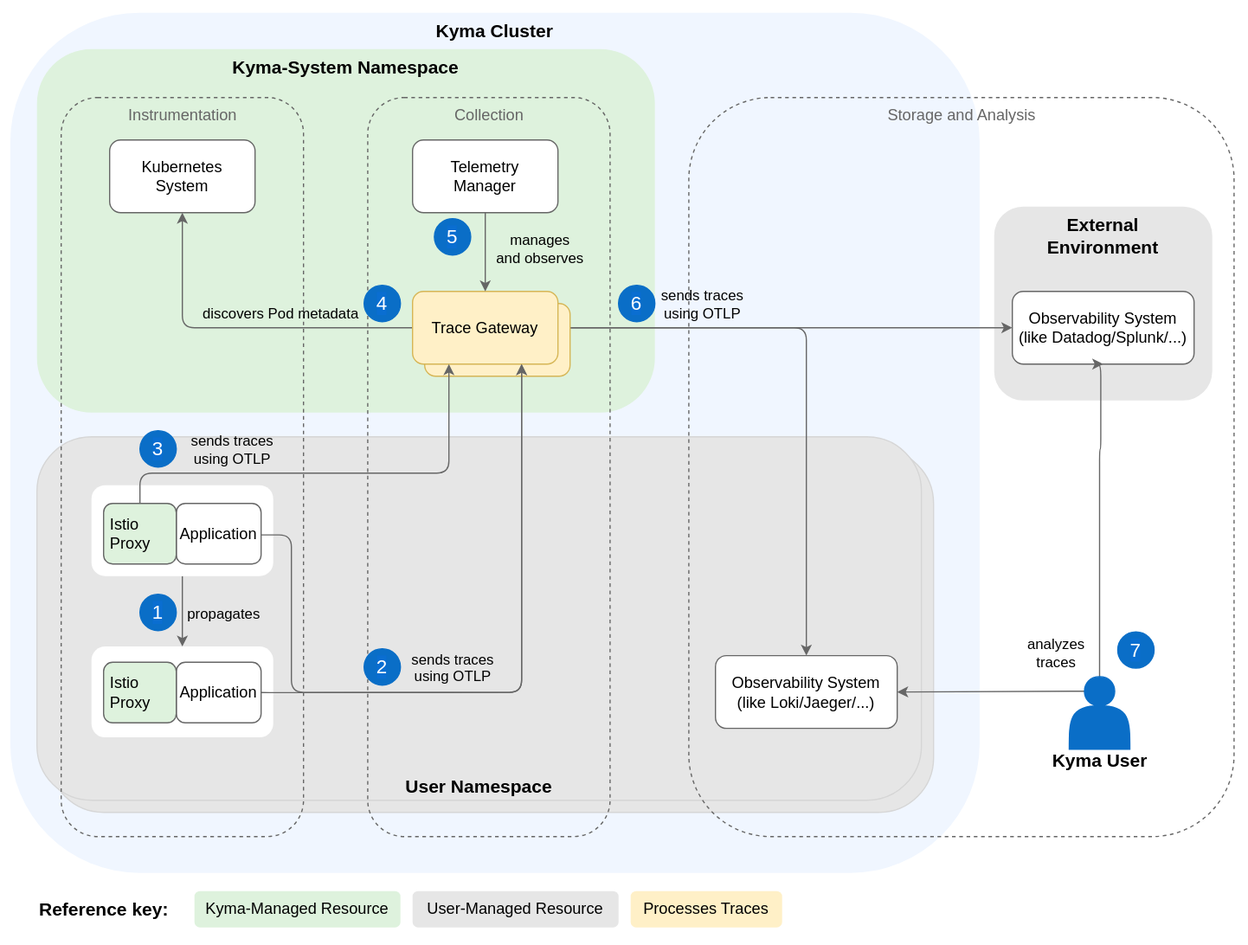
kyma-project/telemetry-manager keeps this draw.io diagram as docs/user/assets/traces-arch.drawio.svg. Above is the earlier version. Source tidied: cells renumbered, new cells last; positions are measured from the earlier drawing's top-left corner, leaving out a move shared by most shapes.
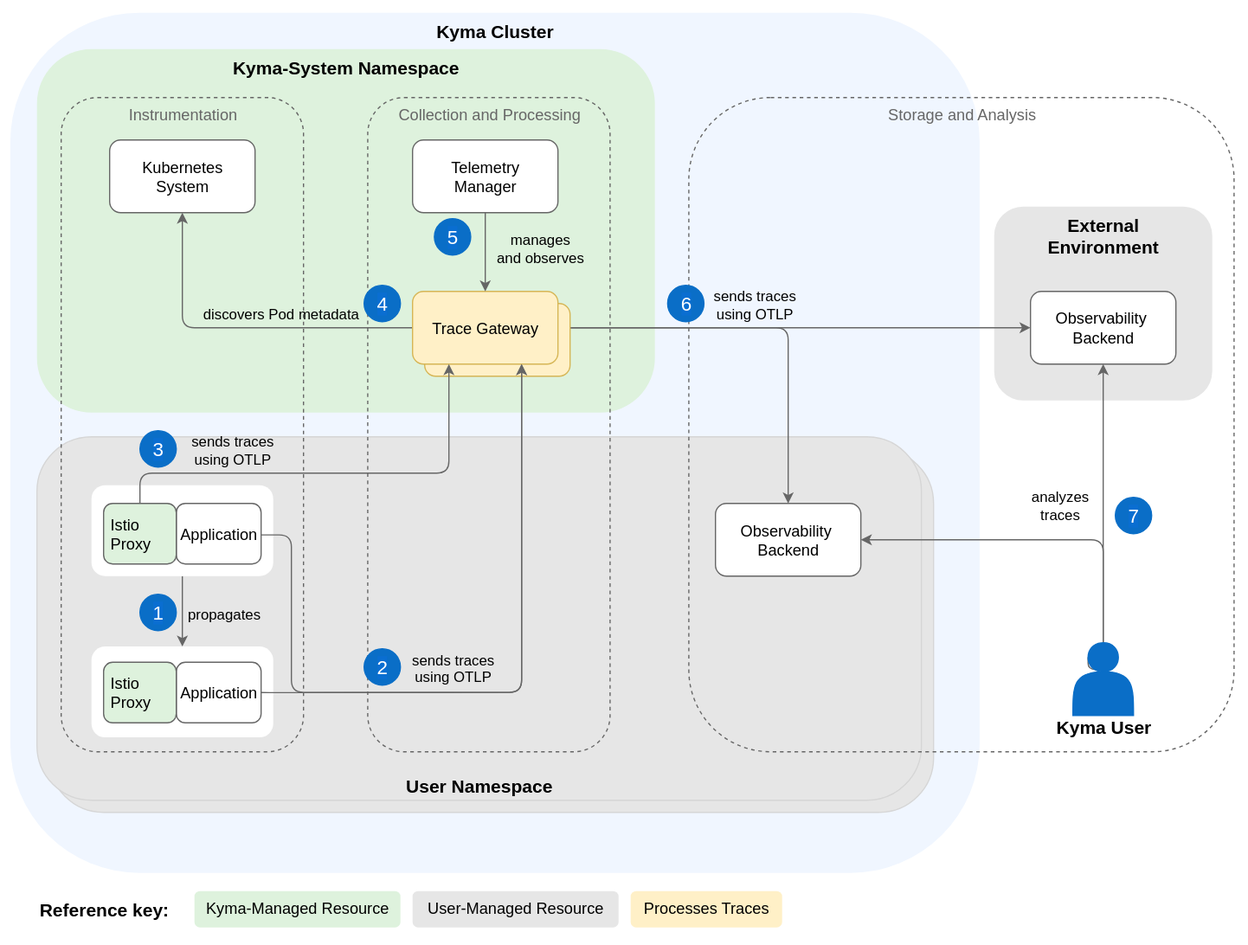
The same file after the commit.

Change to the diagram source:
```diff
@@ -14,11 +14,11 @@
     <mxCell id="5" value="&lt;b style=&quot;color: rgb(0, 0, 0); font-size: 15px;&quot;&gt;Kyma-System Namespace&lt;br style=&quot;font-size: 15px;&quot;&gt;&lt;/b&gt;" style="rounded=1;whiteSpace=wrap;html=1;dashed=1;fillColor=#DEF2DD;strokeColor=none;verticalAlign=top;fontSize=15;" parent="1" vertex="1">
       <mxGeometry x="30" y="40" width="510" height="300" as="geometry" />
     </mxCell>
-    <mxCell id="6" value="&lt;b style=&quot;color: rgb(0, 0, 0); font-size: 15px;&quot;&gt;User Namespace&lt;br style=&quot;font-size: 15px;&quot;&gt;&lt;/b&gt;" style="rounded=1;whiteSpace=wrap;html=1;fillColor=#E6E6E6;strokeColor=#D6D6D6;verticalAlign=bottom;fontSize=15;" parent="1" vertex="1">
+    <mxCell id="6" value="&lt;b style=&quot;color: rgb(0, 0, 0); font-size: 15px;&quot;&gt;User Namespace&lt;/b&gt;" style="rounded=1;whiteSpace=wrap;html=1;fillColor=#E6E6E6;strokeColor=#D6D6D6;verticalAlign=bottom;fontSize=15;" parent="1" vertex="1">
       <mxGeometry x="30" y="360" width="730" height="300" as="geometry" />
     </mxCell>
     <mxCell id="7" value="&lt;font color=&quot;#666666&quot; style=&quot;font-size: 13px;&quot;&gt;Storage and Analysis&lt;br style=&quot;font-size: 13px;&quot;&gt;&lt;/font&gt;" style="html=1;fillColor=none;strokeColor=#666666;rounded=1;dashed=1;verticalAlign=top;fontSize=13;" parent="1" vertex="1">
-      <mxGeometry x="568" y="80" width="450" height="610" as="geometry" />
+      <mxGeometry x="568" y="80" width="450" height="540" as="geometry" />
     </mxCell>
     <mxCell id="8" value="&lt;b style=&quot;color: rgb(0, 0, 0); font-size: 15px;&quot;&gt;&lt;font style=&quot;font-size: 15px;&quot;&gt;External&lt;br style=&quot;font-size: 15px;&quot;&gt;Environment&lt;br style=&quot;font-size: 15px;&quot;&gt;&lt;/font&gt;&lt;/b&gt;" style="rounded=1;whiteSpace=wrap;html=1;fillColor=#e6e6e6;strokeColor=none;fontColor=#333333;verticalAlign=top;fontSize=15;" parent="1" vertex="1">
       <mxGeometry x="820" y="170" width="180" height="160" as="geometry" />
@@ -36,17 +36,17 @@
     </mxCell>
     <mxCell id="11" value="sends traces &lt;br style=&quot;font-size: 12px;&quot;&gt;using OTLP" style="edgeLabel;html=1;align=center;verticalAlign=middle;labelBackgroundColor=none;fontSize=12;" parent="10" vertex="1">
       <mxGeometry x="-0.39" y="-4" relative="1" as="geometry">
-        <mxPoint x="-26" y="-24" as="offset" />
+        <mxPoint x="59" y="-24" as="offset" />
       </mxGeometry>
     </mxCell>
-    <mxCell id="12" value="Observability System&lt;br style=&quot;font-size: 13px;&quot;&gt;(like Datadog/Splunk/...)" style="rounded=1;whiteSpace=wrap;html=1;fontColor=#000000;fillColor=#FFFFFF;strokeColor=#666666;fontSize=13;" parent="1" vertex="1">
-      <mxGeometry x="835" y="240" width="150" height="60" as="geometry" />
+    <mxCell id="12" value="Observability&amp;nbsp;&lt;div&gt;Backend&lt;/div&gt;" style="rounded=1;whiteSpace=wrap;html=1;fontColor=#000000;fillColor=#FFFFFF;strokeColor=#666666;fontSize=13;" parent="1" vertex="1">
+      <mxGeometry x="850" y="240" width="120" height="60" as="geometry" />
     </mxCell>
-    <mxCell id="13" value="Observability System&lt;br style=&quot;font-size: 13px;&quot;&gt;(like Loki/Jaeger/...)" style="rounded=1;whiteSpace=wrap;html=1;fontColor=#000000;fillColor=#FFFFFF;strokeColor=#666666;fontSize=13;" parent="1" vertex="1">
-      <mxGeometry x="590" y="540.7" width="150" height="60" as="geometry" />
+    <mxCell id="13" value="Observability&amp;nbsp;&lt;div&gt;Backend&lt;/div&gt;" style="rounded=1;whiteSpace=wrap;html=1;fontColor=#000000;fillColor=#FFFFFF;strokeColor=#666666;fontSize=13;" parent="1" vertex="1">
+      <mxGeometry x="590" y="415" width="120" height="60" as="geometry" />
     </mxCell>
     <mxCell id="14" value="&lt;font color=&quot;#666666&quot; style=&quot;font-size: 13px;&quot;&gt;Instrumentation&lt;br style=&quot;font-size: 13px;&quot;&gt;&lt;/font&gt;" style="html=1;fillColor=none;strokeColor=#666666;rounded=1;dashed=1;verticalAlign=top;fontSize=13;" parent="1" vertex="1">
-      <mxGeometry x="50" y="80" width="200" height="610" as="geometry" />
+      <mxGeometry x="50" y="80" width="200" height="540" as="geometry" />
     </mxCell>
     <mxCell id="15" style="edgeStyle=orthogonalEdgeStyle;rounded=1;jettySize=auto;html=1;entryX=0.5;entryY=0;entryDx=0;entryDy=0;strokeColor=#666666;" parent="1" edge="1" source="38" target="42">
       <mxGeometry relative="1" as="geometry" />
@@ -59,38 +59,33 @@
     <mxCell id="17" value="Kubernetes&lt;br style=&quot;font-size: 13px;&quot;&gt;System" style="rounded=1;whiteSpace=wrap;html=1;fillColor=#FFFFFF;strokeColor=#666666;fontColor=#000000;fontSize=13;" parent="1" vertex="1">
       <mxGeometry x="90" y="115" width="120" height="60" as="geometry" />
     </mxCell>
-    <mxCell id="18" value="&lt;font color=&quot;#666666&quot; style=&quot;font-size: 13px;&quot;&gt;Collection&lt;br style=&quot;font-size: 13px;&quot;&gt;&lt;/font&gt;" style="html=1;fillColor=none;strokeColor=#666666;rounded=1;dashed=1;verticalAlign=top;fontSize=13;" parent="1" vertex="1">
-      <mxGeometry x="303" y="80" width="200" height="610" as="geometry" />
+    <mxCell id="18" value="&lt;font color=&quot;#666666&quot; style=&quot;font-size: 13px;&quot;&gt;Collection and Processing&lt;br style=&quot;font-size: 13px;&quot;&gt;&lt;/font&gt;" style="html=1;fillColor=none;strokeColor=#666666;rounded=1;dashed=1;verticalAlign=top;fontSize=13;" parent="1" vertex="1">
+      <mxGeometry x="303" y="80" width="200" height="540" as="geometry" />
     </mxCell>
     <mxCell id="19" value="&lt;font style=&quot;font-size: 15px;&quot;&gt;&lt;b&gt;Reference key:&lt;/b&gt;&lt;/font&gt;" style="text;html=1;align=center;verticalAlign=middle;strokeColor=none;fillColor=default;" parent="1" vertex="1">
       <mxGeometry x="20" y="735" width="130" height="30" as="geometry" />
     </mxCell>
-    <mxCell id="20" style="rounded=1;jettySize=auto;html=1;strokeColor=#666666;entryX=0.5;entryY=1;entryDx=0;entryDy=0;exitX=0.5;exitY=0;exitDx=0;exitDy=0;edgeStyle=orthogonalEdgeStyle;" parent="1" edge="1" source="55" target="12">
-      <mxGeometry relative="1" as="geometry">
-        <Array as="points">
-          <mxPoint x="907" y="370" />
-          <mxPoint x="908" y="370" />
-        </Array>
-      </mxGeometry>
+    <mxCell id="20" style="rounded=1;jettySize=auto;html=1;strokeColor=#666666;entryX=0.5;entryY=1;entryDx=0;entryDy=0;exitX=0.5;exitY=0;exitDx=0;exitDy=0;" parent="1" edge="1" source="55" target="12">
+      <mxGeometry relative="1" as="geometry" />
     </mxCell>
     <mxCell id="21" value="&lt;font style=&quot;font-size: 12px;&quot;&gt;analyzes &lt;br style=&quot;font-size: 12px;&quot;&gt;traces&lt;/font&gt;" style="edgeLabel;html=1;align=center;verticalAlign=middle;fontSize=12;" parent="20" vertex="1">
       <mxGeometry x="-0.05" relative="1" as="geometry">
-        <mxPoint x="-37" y="105" as="offset" />
+        <mxPoint x="-37" y="-4" as="offset" />
       </mxGeometry>
     </mxCell>
-    <mxCell id="22" style="rounded=1;jettySize=auto;html=1;strokeColor=#666666;exitX=0.25;exitY=0.2;exitDx=0;exitDy=0;exitPerimeter=0;edgeStyle=orthogonalEdgeStyle;entryX=1;entryY=0.5;entryDx=0;entryDy=0;" parent="1" edge="1" source="55" target="13">
+    <mxCell id="22" style="rounded=1;jettySize=auto;html=1;strokeColor=#666666;exitX=0.25;exitY=0.2;exitDx=0;exitDy=0;exitPerimeter=0;entryX=1;entryY=0.5;entryDx=0;entryDy=0;edgeStyle=orthogonalEdgeStyle;" parent="1" edge="1" source="55" target="13">
       <mxGeometry relative="1" as="geometry">
         <Array as="points">
-          <mxPoint x="893" y="570" />
-          <mxPoint x="870" y="570" />
+          <mxPoint x="910" y="552" />
+          <mxPoint x="910" y="445" />
         </Array>
       </mxGeometry>
     </mxCell>
     <mxCell id="23" value="&lt;font style=&quot;font-size: 16px&quot;&gt;7&lt;/font&gt;" style="ellipse;whiteSpace=wrap;html=1;labelBackgroundColor=#0A6ED1;fontColor=#FFFFFF;fillColor=#0A6EC7;strokeColor=#0A6EC7;" parent="1" vertex="1">
-      <mxGeometry x="922" y="521" width="30" height="30" as="geometry" />
+      <mxGeometry x="920" y="410" width="30" height="30" as="geometry" />
     </mxCell>
     <mxCell id="24" value="&lt;font style=&quot;font-size: 16px&quot;&gt;6&lt;/font&gt;" style="ellipse;whiteSpace=wrap;html=1;labelBackgroundColor=#0A6ED1;fontColor=#FFFFFF;fillColor=#0A6EC7;strokeColor=#0A6EC7;" parent="1" vertex="1">
-      <mxGeometry x="510" y="235" width="30" height="30" as="geometry" />
+      <mxGeometry x="550.5" y="235" width="30" height="30" as="geometry" />
     </mxCell>
     <mxCell id="25" value="Telemetry&lt;br style=&quot;font-size: 13px;&quot;&gt;Manager" style="rounded=1;whiteSpace=wrap;html=1;fontColor=#000000;fillColor=#FFFFFF;strokeColor=#666666;fontSize=13;" parent="1" vertex="1">
       <mxGeometry x="340" y="115" width="120" height="60" as="geometry" />
@@ -220,7 +215,7 @@
       <mxGeometry x="160" y="735" width="170" height="30" as="geometry" />
     </mxCell>
     <mxCell id="54" style="group;" parent="1" vertex="1">
-      <mxGeometry x="862" y="558" width="90" height="79" as="geometry" />
+      <mxGeometry x="865" y="530" width="90" height="79" as="geometry" />
     </mxCell>
     <mxCell id="55" style="shape=actor;whiteSpace=wrap;html=1;fillColor=#0A6EC7;strokeColor=#0A6EC7;" parent="54" vertex="1">
       <mxGeometry x="20" width="50" height="60" as="geometry" />
```
